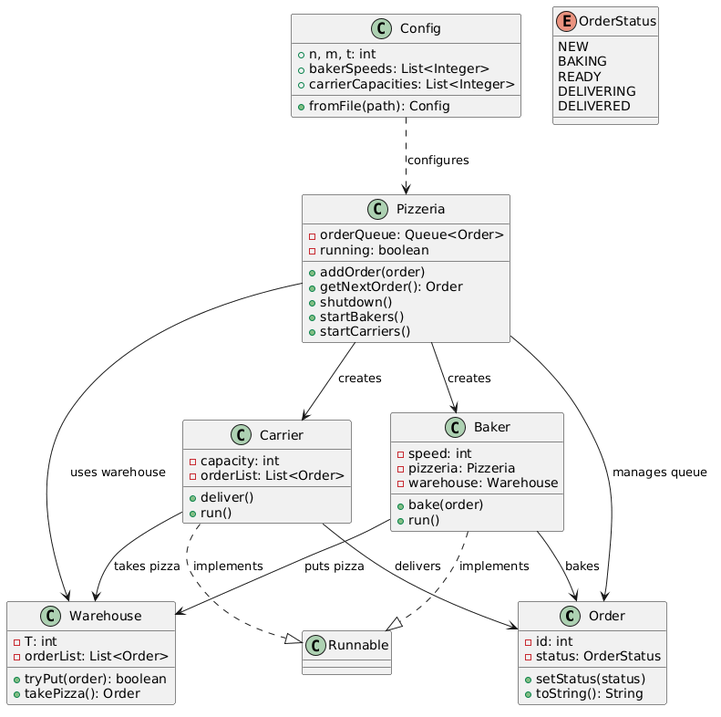
Above: Task_2_2_1/PizzeriaUML.png in Artem351/OOP (PlantUML), before the change.
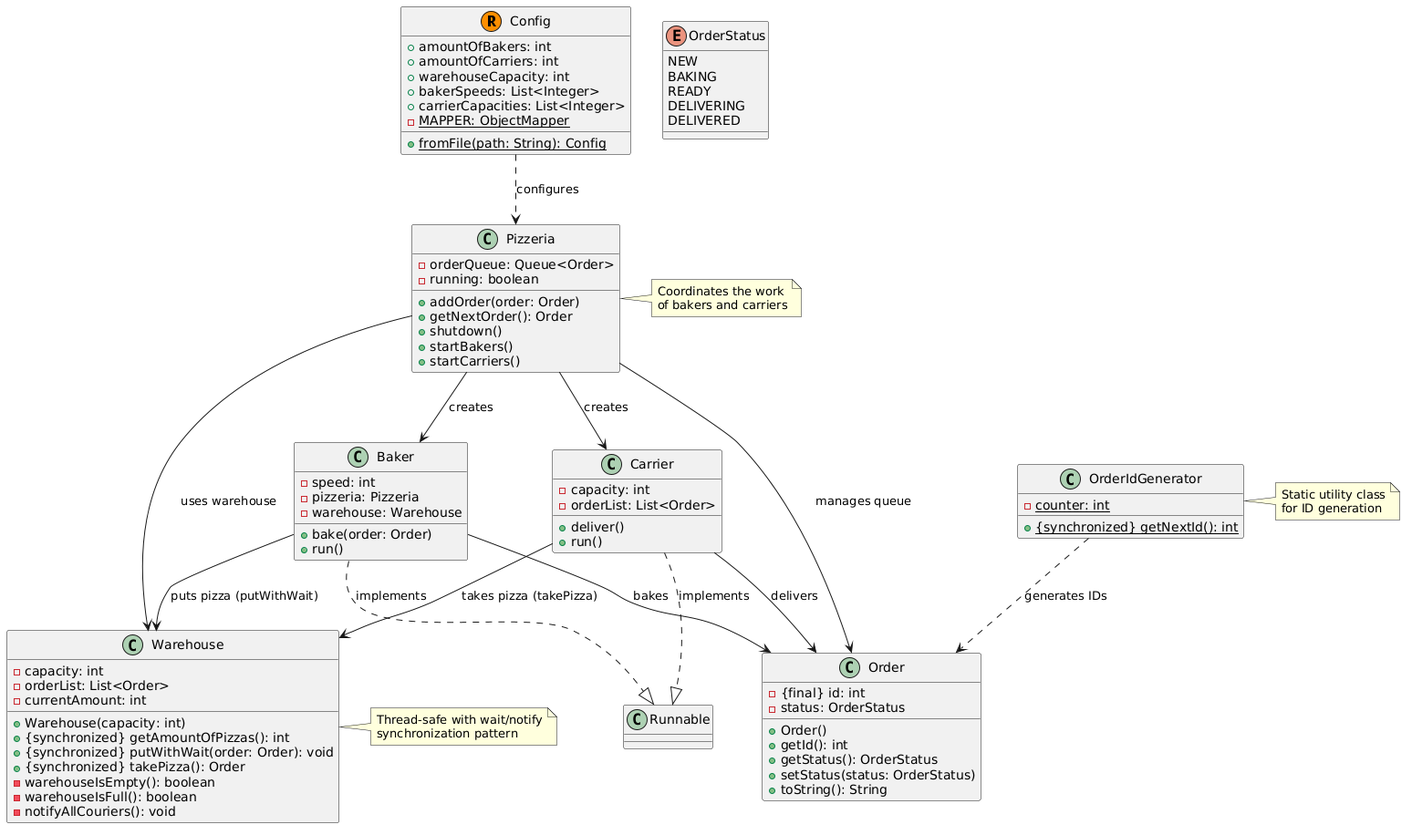
Above is the later version.

Change to the diagram source:
```diff
@@ -1,9 +1,27 @@
 @startuml
+record Config {
+  + amountOfBakers: int
+  + amountOfCarriers: int
+  + warehouseCapacity: int
+  + bakerSpeeds: List<Integer>
+  + carrierCapacities: List<Integer>
+  - {static} MAPPER: ObjectMapper
+  + {static} fromFile(path: String): Config
+}
+
 class Order {
-  - id: int
+  - {final} id: int
   - status: OrderStatus
-  + setStatus(status)
+  + Order()
+  + getId(): int
+  + getStatus(): OrderStatus
+  + setStatus(status: OrderStatus)
   + toString(): String
+}
+
+class OrderIdGenerator {
+  - {static} counter: int
+  + {static} {synchronized} getNextId(): int
 }
 
 enum OrderStatus {
@@ -18,7 +36,7 @@
   - speed: int
   - pizzeria: Pizzeria
   - warehouse: Warehouse
-  + bake(order)
+  + bake(order: Order)
   + run()
 }
 
@@ -30,38 +48,53 @@
 }
 
 class Warehouse {
-  - T: int
+  - capacity: int
   - orderList: List<Order>
-  + tryPut(order): boolean
-  + takePizza(): Order
+  - currentAmount: int
+  + Warehouse(capacity: int)
+  + {synchronized} getAmountOfPizzas(): int
+  + {synchronized} putWithWait(order: Order): void
+  + {synchronized} takePizza(): Order
+  - warehouseIsEmpty(): boolean
+  - warehouseIsFull(): boolean
+  - notifyAllCouriers(): void
 }
 
 class Pizzeria {
   - orderQueue: Queue<Order>
   - running: boolean
-  + addOrder(order)
+  + addOrder(order: Order)
   + getNextOrder(): Order
   + shutdown()
   + startBakers()
   + startCarriers()
 }
 
-class Config {
-  + n, m, t: int
-  + bakerSpeeds: List<Integer>
-  + carrierCapacities: List<Integer>
-  + fromFile(path): Config
-}
-
 Baker ..|> Runnable : implements
 Carrier ..|> Runnable : implements
 Baker --> Order : bakes
-Baker --> Warehouse : puts pizza
-Carrier --> Warehouse : takes pizza
+Baker --> Warehouse : puts pizza (putWithWait)
+Carrier --> Warehouse : takes pizza (takePizza)
 Carrier --> Order : delivers
 Pizzeria --> Order : manages queue
 Pizzeria --> Warehouse : uses warehouse
 Pizzeria --> Baker : creates
 Pizzeria --> Carrier : creates
 Config ..> Pizzeria : configures
+OrderIdGenerator ..> Order : generates IDs
+
+note right of Pizzeria
+  Coordinates the work
+  of bakers and carriers
+end note
+
+note right of Warehouse
+  Thread-safe with wait/notify
+  synchronization pattern
+end note
+
+note right of OrderIdGenerator
+  Static utility class
+  for ID generation
+end note
 @enduml
```
